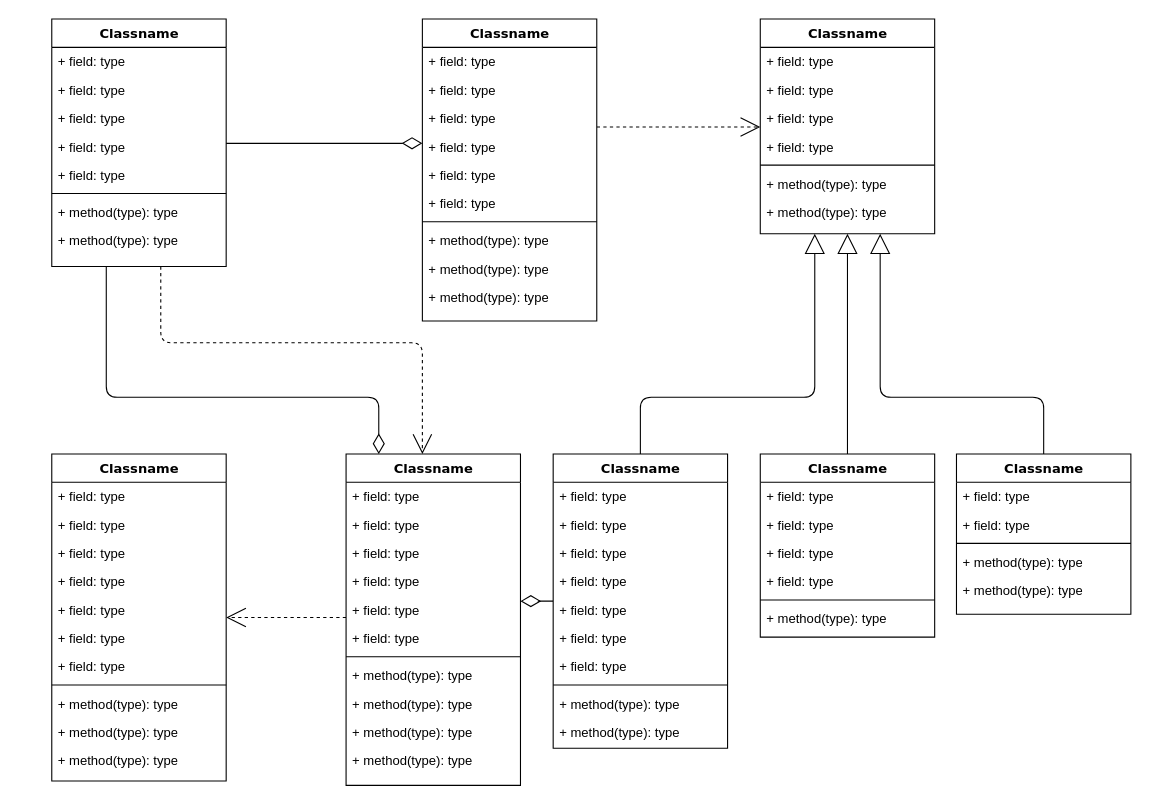
Above: Bio4CompSimpy Chart.drawio in ItamarDayan/Bio4CompSimpy (draw.io), before the change. Source tidied: cells renumbered, new cells numbered last; positions are measured from the earlier drawing's top-left corner, leaving out a move shared by most shapes. Both pictures are drawn from the tidied source at 109%, with x=0, y=0 at pixel (51, 19).
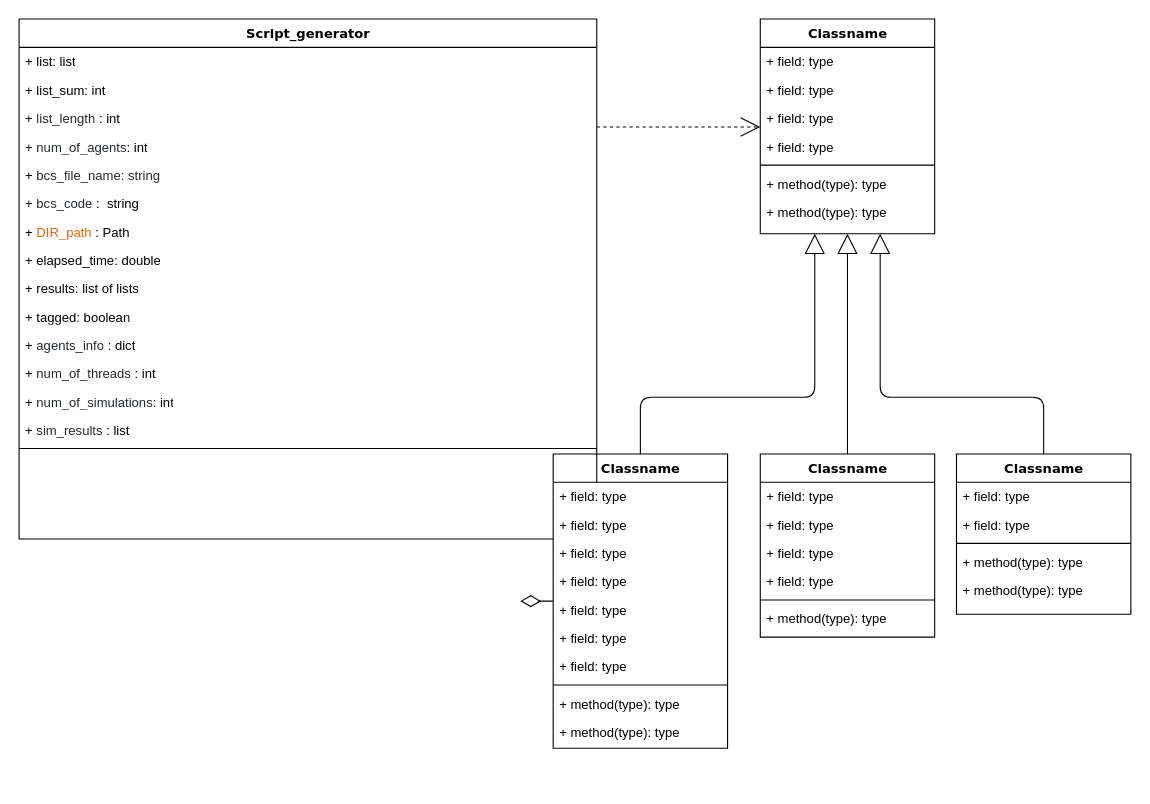
The same page after the edit.

Unchanged cells that the change refers to:
```xml
<mxCell id="60" value="Classname" style="swimlane;html=1;fontStyle=1;align=center;verticalAlign=top;horizontal=1;startSize=26;swimlaneFillColor=#ffffff;rounded=0;shadow=0;comic=0;labelBackgroundColor=none;strokeWidth=1;fillColor=none;fontFamily=Verdana;fontSize=12;" parent="1" vertex="1">
  <mxGeometry x="460" y="399" width="160" height="270" as="geometry" />
</mxCell>
```

The edit, as a diff of the source:
```diff
@@
-    <mxCell id="2" style="edgeStyle=orthogonalEdgeStyle;html=1;labelBackgroundColor=none;startFill=0;startSize=8;endArrow=open;endFill=0;endSize=16;fontFamily=Verdana;fontSize=12;dashed=1;" parent="1" edge="1" source="4" target="47">
-      <mxGeometry relative="1" as="geometry">
-        <Array as="points">
-          <mxPoint x="100" y="297" />
-          <mxPoint x="340" y="297" />
-        </Array>
-      </mxGeometry>
-    </mxCell>
-    <mxCell id="3" style="edgeStyle=orthogonalEdgeStyle;html=1;labelBackgroundColor=none;startFill=0;startSize=8;endArrow=diamondThin;endFill=0;endSize=16;fontFamily=Verdana;fontSize=12;" parent="1" edge="1" source="4" target="47">
-      <mxGeometry relative="1" as="geometry">
-        <Array as="points">
-          <mxPoint x="50" y="347" />
-          <mxPoint x="300" y="347" />
-        </Array>
-      </mxGeometry>
-    </mxCell>
-    <mxCell id="4" value="Classname" style="swimlane;html=1;fontStyle=1;align=center;verticalAlign=top;horizontal=1;startSize=26;swimlaneFillColor=#ffffff;rounded=0;shadow=0;comic=0;labelBackgroundColor=none;strokeWidth=1;fillColor=none;fontFamily=Verdana;fontSize=12;" parent="1" vertex="1">
-      <mxGeometry width="160" height="227" as="geometry" />
-    </mxCell>
-    <mxCell id="5" value="+ field: type" style="text;html=1;strokeColor=none;fillColor=none;align=left;verticalAlign=top;spacingLeft=4;spacingRight=4;whiteSpace=wrap;overflow=hidden;" parent="4" vertex="1">
-      <mxGeometry y="26" width="160" height="26" as="geometry" />
-    </mxCell>
-    <mxCell id="6" value="+ field: type" style="text;html=1;strokeColor=none;fillColor=none;align=left;verticalAlign=top;spacingLeft=4;spacingRight=4;whiteSpace=wrap;overflow=hidden;" parent="4" vertex="1">
-      <mxGeometry y="52" width="160" height="26" as="geometry" />
-    </mxCell>
-    <mxCell id="7" value="+ field: type" style="text;html=1;strokeColor=none;fillColor=none;align=left;verticalAlign=top;spacingLeft=4;spacingRight=4;whiteSpace=wrap;overflow=hidden;" parent="4" vertex="1">
-      <mxGeometry y="78" width="160" height="26" as="geometry" />
-    </mxCell>
-    <mxCell id="8" value="+ field: type" style="text;html=1;strokeColor=none;fillColor=none;align=left;verticalAlign=top;spacingLeft=4;spacingRight=4;whiteSpace=wrap;overflow=hidden;" parent="4" vertex="1">
-      <mxGeometry y="104" width="160" height="26" as="geometry" />
-    </mxCell>
-    <mxCell id="9" value="+ field: type" style="text;html=1;strokeColor=none;fillColor=none;align=left;verticalAlign=top;spacingLeft=4;spacingRight=4;whiteSpace=wrap;overflow=hidden;" parent="4" vertex="1">
-      <mxGeometry y="130" width="160" height="26" as="geometry" />
-    </mxCell>
-    <mxCell id="10" style="line;html=1;strokeWidth=1;fillColor=none;align=left;verticalAlign=middle;spacingTop=-1;spacingLeft=3;spacingRight=3;labelPosition=right;" parent="4" vertex="1">
-      <mxGeometry y="156" width="160" height="8" as="geometry" />
-    </mxCell>
-    <mxCell id="11" value="+ method(type): type" style="text;html=1;strokeColor=none;fillColor=none;align=left;verticalAlign=top;spacingLeft=4;spacingRight=4;whiteSpace=wrap;overflow=hidden;" parent="4" vertex="1">
-      <mxGeometry y="164" width="160" height="26" as="geometry" />
-    </mxCell>
-    <mxCell id="12" value="+ method(type): type" style="text;html=1;strokeColor=none;fillColor=none;align=left;verticalAlign=top;spacingLeft=4;spacingRight=4;whiteSpace=wrap;overflow=hidden;" parent="4" vertex="1">
-      <mxGeometry y="190" width="160" height="26" as="geometry" />
-    </mxCell>
@@
-    <mxCell id="14" value="Classname" style="swimlane;html=1;fontStyle=1;align=center;verticalAlign=top;horizontal=1;startSize=26;swimlaneFillColor=#ffffff;rounded=0;shadow=0;comic=0;labelBackgroundColor=none;strokeWidth=1;fillColor=none;fontFamily=Verdana;fontSize=12;" parent="1" vertex="1">
-      <mxGeometry x="340" width="160" height="277" as="geometry" />
+    <mxCell id="14" value="Script_generator" style="swimlane;html=1;fontStyle=1;align=center;verticalAlign=top;horizontal=1;startSize=26;swimlaneFillColor=#ffffff;rounded=0;shadow=0;comic=0;labelBackgroundColor=none;strokeWidth=1;fillColor=none;fontFamily=Verdana;fontSize=12;" parent="1" vertex="1">
+      <mxGeometry x="-30" width="530" height="477" as="geometry" />
     </mxCell>
-    <mxCell id="15" value="+ field: type" style="text;html=1;strokeColor=none;fillColor=none;align=left;verticalAlign=top;spacingLeft=4;spacingRight=4;whiteSpace=wrap;overflow=hidden;" parent="14" vertex="1">
-      <mxGeometry y="26" width="160" height="26" as="geometry" />
+    <mxCell id="15" value="+ list: list" style="text;html=1;strokeColor=none;fillColor=none;align=left;verticalAlign=top;spacingLeft=4;spacingRight=4;whiteSpace=wrap;overflow=hidden;" parent="14" vertex="1">
+      <mxGeometry y="26" width="530" height="26" as="geometry" />
     </mxCell>
-    <mxCell id="16" value="+ field: type" style="text;html=1;strokeColor=none;fillColor=none;align=left;verticalAlign=top;spacingLeft=4;spacingRight=4;whiteSpace=wrap;overflow=hidden;" parent="14" vertex="1">
-      <mxGeometry y="52" width="160" height="26" as="geometry" />
+    <mxCell id="16" value="+ list_sum: int" style="text;html=1;strokeColor=none;fillColor=none;align=left;verticalAlign=top;spacingLeft=4;spacingRight=4;whiteSpace=wrap;overflow=hidden;" parent="14" vertex="1">
+      <mxGeometry y="52" width="530" height="26" as="geometry" />
     </mxCell>
-    <mxCell id="17" value="+ field: type" style="text;html=1;strokeColor=none;fillColor=none;align=left;verticalAlign=top;spacingLeft=4;spacingRight=4;whiteSpace=wrap;overflow=hidden;" parent="14" vertex="1">
-      <mxGeometry y="78" width="160" height="26" as="geometry" />
+    <mxCell id="17" value="+&amp;nbsp;&lt;span class=&quot;pl-s1&quot; style=&quot;box-sizing: border-box ; color: rgb(36 , 41 , 46) ; font-family: , &amp;#34;consolas&amp;#34; , &amp;#34;liberation mono&amp;#34; , &amp;#34;menlo&amp;#34; , monospace ; background-color: rgb(255 , 255 , 255)&quot;&gt;list_length&lt;/span&gt;&lt;span style=&quot;color: rgb(36 , 41 , 46) ; font-family: , &amp;#34;consolas&amp;#34; , &amp;#34;liberation mono&amp;#34; , &amp;#34;menlo&amp;#34; , monospace ; background-color: rgb(255 , 255 , 255)&quot;&gt; &lt;/span&gt;: int" style="text;html=1;strokeColor=none;fillColor=none;align=left;verticalAlign=top;spacingLeft=4;spacingRight=4;whiteSpace=wrap;overflow=hidden;" parent="14" vertex="1">
+      <mxGeometry y="78" width="530" height="26" as="geometry" />
     </mxCell>
-    <mxCell id="18" value="+ field: type" style="text;html=1;strokeColor=none;fillColor=none;align=left;verticalAlign=top;spacingLeft=4;spacingRight=4;whiteSpace=wrap;overflow=hidden;" parent="14" vertex="1">
-      <mxGeometry y="104" width="160" height="26" as="geometry" />
+    <mxCell id="18" value="+&amp;nbsp;&lt;span style=&quot;color: rgb(36 , 41 , 46) ; font-family: , &amp;#34;consolas&amp;#34; , &amp;#34;liberation mono&amp;#34; , &amp;#34;menlo&amp;#34; , monospace ; background-color: rgb(255 , 255 , 255)&quot;&gt;num_of_agents&lt;/span&gt;: int" style="text;html=1;strokeColor=none;fillColor=none;align=left;verticalAlign=top;spacingLeft=4;spacingRight=4;whiteSpace=wrap;overflow=hidden;" parent="14" vertex="1">
+      <mxGeometry y="104" width="530" height="26" as="geometry" />
     </mxCell>
-    <mxCell id="19" value="+ field: type" style="text;html=1;strokeColor=none;fillColor=none;align=left;verticalAlign=top;spacingLeft=4;spacingRight=4;whiteSpace=wrap;overflow=hidden;" parent="14" vertex="1">
-      <mxGeometry y="130" width="160" height="26" as="geometry" />
+    <mxCell id="19" value="+&amp;nbsp;&lt;span style=&quot;color: rgb(36 , 41 , 46) ; font-family: , &amp;#34;consolas&amp;#34; , &amp;#34;liberation mono&amp;#34; , &amp;#34;menlo&amp;#34; , monospace ; background-color: rgb(255 , 255 , 255)&quot;&gt;bcs_file_name: string&lt;/span&gt;" style="text;html=1;strokeColor=none;fillColor=none;align=left;verticalAlign=top;spacingLeft=4;spacingRight=4;whiteSpace=wrap;overflow=hidden;" parent="14" vertex="1">
+      <mxGeometry y="130" width="530" height="26" as="geometry" />
     </mxCell>
-    <mxCell id="20" value="+ field: type" style="text;html=1;strokeColor=none;fillColor=none;align=left;verticalAlign=top;spacingLeft=4;spacingRight=4;whiteSpace=wrap;overflow=hidden;" parent="14" vertex="1">
-      <mxGeometry y="156" width="160" height="26" as="geometry" />
+    <mxCell id="20" value="+&amp;nbsp;&lt;span class=&quot;pl-s1&quot; style=&quot;box-sizing: border-box ; color: rgb(36 , 41 , 46) ; font-family: , &amp;#34;consolas&amp;#34; , &amp;#34;liberation mono&amp;#34; , &amp;#34;menlo&amp;#34; , monospace ; background-color: rgb(255 , 255 , 255)&quot;&gt;bcs_code&lt;/span&gt;&lt;span style=&quot;color: rgb(36 , 41 , 46) ; font-family: , &amp;#34;consolas&amp;#34; , &amp;#34;liberation mono&amp;#34; , &amp;#34;menlo&amp;#34; , monospace ; background-color: rgb(255 , 255 , 255)&quot;&gt; &lt;/span&gt;:&amp;nbsp; string" style="text;html=1;strokeColor=none;fillColor=none;align=left;verticalAlign=top;spacingLeft=4;spacingRight=4;whiteSpace=wrap;overflow=hidden;" parent="14" vertex="1">
+      <mxGeometry y="156" width="530" height="26" as="geometry" />
     </mxCell>
-    <mxCell id="21" style="line;html=1;strokeWidth=1;fillColor=none;align=left;verticalAlign=middle;spacingTop=-1;spacingLeft=3;spacingRight=3;labelPosition=right;" parent="14" vertex="1">
-      <mxGeometry y="182" width="160" height="8" as="geometry" />
-    </mxCell>
-    <mxCell id="22" value="+ method(type): type" style="text;html=1;strokeColor=none;fillColor=none;align=left;verticalAlign=top;spacingLeft=4;spacingRight=4;whiteSpace=wrap;overflow=hidden;" parent="14" vertex="1">
-      <mxGeometry y="190" width="160" height="26" as="geometry" />
+    <mxCell id="22" value="+&amp;nbsp;&lt;span class=&quot;pl-v&quot; style=&quot;box-sizing: border-box ; color: rgb(227 , 98 , 9) ; font-family: , &amp;#34;consolas&amp;#34; , &amp;#34;liberation mono&amp;#34; , &amp;#34;menlo&amp;#34; , monospace ; background-color: rgb(255 , 255 , 255)&quot;&gt;DIR_path&lt;/span&gt;&lt;span style=&quot;color: rgb(36 , 41 , 46) ; font-family: , &amp;#34;consolas&amp;#34; , &amp;#34;liberation mono&amp;#34; , &amp;#34;menlo&amp;#34; , monospace ; background-color: rgb(255 , 255 , 255)&quot;&gt; &lt;/span&gt;: Path" style="text;html=1;strokeColor=none;fillColor=none;align=left;verticalAlign=top;spacingLeft=4;spacingRight=4;whiteSpace=wrap;overflow=hidden;" parent="14" vertex="1">
+      <mxGeometry y="182" width="530" height="26" as="geometry" />
     </mxCell>
-    <mxCell id="23" value="+ method(type): type" style="text;html=1;strokeColor=none;fillColor=none;align=left;verticalAlign=top;spacingLeft=4;spacingRight=4;whiteSpace=wrap;overflow=hidden;" parent="14" vertex="1">
-      <mxGeometry y="216" width="160" height="26" as="geometry" />
+    <mxCell id="23" value="+ elapsed_time: double" style="text;html=1;strokeColor=none;fillColor=none;align=left;verticalAlign=top;spacingLeft=4;spacingRight=4;whiteSpace=wrap;overflow=hidden;" parent="14" vertex="1">
+      <mxGeometry y="208" width="530" height="26" as="geometry" />
     </mxCell>
-    <mxCell id="24" value="+ method(type): type" style="text;html=1;strokeColor=none;fillColor=none;align=left;verticalAlign=top;spacingLeft=4;spacingRight=4;whiteSpace=wrap;overflow=hidden;" parent="14" vertex="1">
-      <mxGeometry y="242" width="160" height="26" as="geometry" />
+    <mxCell id="24" value="+ results: list of lists" style="text;html=1;strokeColor=none;fillColor=none;align=left;verticalAlign=top;spacingLeft=4;spacingRight=4;whiteSpace=wrap;overflow=hidden;" parent="14" vertex="1">
+      <mxGeometry y="234" width="530" height="26" as="geometry" />
     </mxCell>
+    <mxCell id="87" value="+ tagged: boolean" style="text;html=1;strokeColor=none;fillColor=none;align=left;verticalAlign=top;spacingLeft=4;spacingRight=4;whiteSpace=wrap;overflow=hidden;" parent="14" vertex="1">
+      <mxGeometry y="260" width="530" height="26" as="geometry" />
+    </mxCell>
+    <mxCell id="88" value="+&amp;nbsp;&lt;span class=&quot;pl-s1&quot; style=&quot;box-sizing: border-box ; color: rgb(36 , 41 , 46) ; font-family: , &amp;#34;consolas&amp;#34; , &amp;#34;liberation mono&amp;#34; , &amp;#34;menlo&amp;#34; , monospace ; background-color: rgb(255 , 255 , 255)&quot;&gt;agents_info&lt;/span&gt;&lt;span style=&quot;color: rgb(36 , 41 , 46) ; font-family: , &amp;#34;consolas&amp;#34; , &amp;#34;liberation mono&amp;#34; , &amp;#34;menlo&amp;#34; , monospace ; background-color: rgb(255 , 255 , 255)&quot;&gt; &lt;/span&gt;: dict" style="text;html=1;strokeColor=none;fillColor=none;align=left;verticalAlign=top;spacingLeft=4;spacingRight=4;whiteSpace=wrap;overflow=hidden;" parent="14" vertex="1">
+      <mxGeometry y="286" width="530" height="26" as="geometry" />
+    </mxCell>
+    <mxCell id="89" value="+&amp;nbsp;&lt;span class=&quot;pl-s1&quot; style=&quot;box-sizing: border-box ; color: rgb(36 , 41 , 46) ; font-family: , &amp;#34;consolas&amp;#34; , &amp;#34;liberation mono&amp;#34; , &amp;#34;menlo&amp;#34; , monospace ; background-color: rgb(255 , 255 , 255)&quot;&gt;num_of_threads&lt;/span&gt;&lt;span style=&quot;color: rgb(36 , 41 , 46) ; font-family: , &amp;#34;consolas&amp;#34; , &amp;#34;liberation mono&amp;#34; , &amp;#34;menlo&amp;#34; , monospace ; background-color: rgb(255 , 255 , 255)&quot;&gt; &lt;/span&gt;: int" style="text;html=1;strokeColor=none;fillColor=none;align=left;verticalAlign=top;spacingLeft=4;spacingRight=4;whiteSpace=wrap;overflow=hidden;" parent="14" vertex="1">
+      <mxGeometry y="312" width="530" height="26" as="geometry" />
+    </mxCell>
+    <mxCell id="90" value="+&amp;nbsp;&lt;span style=&quot;color: rgb(36 , 41 , 46) ; font-family: , &amp;#34;consolas&amp;#34; , &amp;#34;liberation mono&amp;#34; , &amp;#34;menlo&amp;#34; , monospace ; background-color: rgb(255 , 255 , 255)&quot;&gt;num_of_simulations&lt;/span&gt;: int" style="text;html=1;strokeColor=none;fillColor=none;align=left;verticalAlign=top;spacingLeft=4;spacingRight=4;whiteSpace=wrap;overflow=hidden;" parent="14" vertex="1">
+      <mxGeometry y="338" width="530" height="26" as="geometry" />
+    </mxCell>
+    <mxCell id="91" value="+&amp;nbsp;&lt;span class=&quot;pl-s1&quot; style=&quot;box-sizing: border-box ; color: rgb(36 , 41 , 46) ; font-family: , &amp;#34;consolas&amp;#34; , &amp;#34;liberation mono&amp;#34; , &amp;#34;menlo&amp;#34; , monospace ; background-color: rgb(255 , 255 , 255)&quot;&gt;sim_results&lt;/span&gt;&lt;span style=&quot;color: rgb(36 , 41 , 46) ; font-family: , &amp;#34;consolas&amp;#34; , &amp;#34;liberation mono&amp;#34; , &amp;#34;menlo&amp;#34; , monospace ; background-color: rgb(255 , 255 , 255)&quot;&gt; &lt;/span&gt;: list" style="text;html=1;strokeColor=none;fillColor=none;align=left;verticalAlign=top;spacingLeft=4;spacingRight=4;whiteSpace=wrap;overflow=hidden;" parent="14" vertex="1">
+      <mxGeometry y="364" width="530" height="26" as="geometry" />
+    </mxCell>
+    <mxCell id="21" style="line;html=1;strokeWidth=1;fillColor=none;align=left;verticalAlign=middle;spacingTop=-1;spacingLeft=3;spacingRight=3;labelPosition=right;" parent="14" vertex="1">
+      <mxGeometry y="390" width="530" height="8" as="geometry" />
+    </mxCell>
@@
-    <mxCell id="33" style="edgeStyle=elbowEdgeStyle;html=1;labelBackgroundColor=none;startFill=0;startSize=8;endArrow=open;endFill=0;endSize=16;fontFamily=Verdana;fontSize=12;elbow=vertical;dashed=1;" parent="1" edge="1" source="47" target="34">
-      <mxGeometry relative="1" as="geometry" />
-    </mxCell>
-    <mxCell id="34" value="Classname" style="swimlane;html=1;fontStyle=1;align=center;verticalAlign=top;horizontal=1;startSize=26;swimlaneFillColor=#ffffff;rounded=0;shadow=0;comic=0;labelBackgroundColor=none;strokeWidth=1;fillColor=none;fontFamily=Verdana;fontSize=12;" parent="1" vertex="1">
-      <mxGeometry y="399" width="160" height="300" as="geometry" />
-    </mxCell>
-    <mxCell id="35" value="+ field: type" style="text;html=1;strokeColor=none;fillColor=none;align=left;verticalAlign=top;spacingLeft=4;spacingRight=4;whiteSpace=wrap;overflow=hidden;" parent="34" vertex="1">
-      <mxGeometry y="26" width="160" height="26" as="geometry" />
-    </mxCell>
-    <mxCell id="36" value="+ field: type" style="text;html=1;strokeColor=none;fillColor=none;align=left;verticalAlign=top;spacingLeft=4;spacingRight=4;whiteSpace=wrap;overflow=hidden;" parent="34" vertex="1">
-      <mxGeometry y="52" width="160" height="26" as="geometry" />
-    </mxCell>
-    <mxCell id="37" value="+ field: type" style="text;html=1;strokeColor=none;fillColor=none;align=left;verticalAlign=top;spacingLeft=4;spacingRight=4;whiteSpace=wrap;overflow=hidden;" parent="34" vertex="1">
-      <mxGeometry y="78" width="160" height="26" as="geometry" />
-    </mxCell>
-    <mxCell id="38" value="+ field: type" style="text;html=1;strokeColor=none;fillColor=none;align=left;verticalAlign=top;spacingLeft=4;spacingRight=4;whiteSpace=wrap;overflow=hidden;" parent="34" vertex="1">
-      <mxGeometry y="104" width="160" height="26" as="geometry" />
-    </mxCell>
-    <mxCell id="39" value="+ field: type" style="text;html=1;strokeColor=none;fillColor=none;align=left;verticalAlign=top;spacingLeft=4;spacingRight=4;whiteSpace=wrap;overflow=hidden;" parent="34" vertex="1">
-      <mxGeometry y="130" width="160" height="26" as="geometry" />
-    </mxCell>
-    <mxCell id="40" value="+ field: type" style="text;html=1;strokeColor=none;fillColor=none;align=left;verticalAlign=top;spacingLeft=4;spacingRight=4;whiteSpace=wrap;overflow=hidden;" parent="34" vertex="1">
-      <mxGeometry y="156" width="160" height="26" as="geometry" />
-    </mxCell>
-    <mxCell id="41" value="+ field: type" style="text;html=1;strokeColor=none;fillColor=none;align=left;verticalAlign=top;spacingLeft=4;spacingRight=4;whiteSpace=wrap;overflow=hidden;" parent="34" vertex="1">
-      <mxGeometry y="182" width="160" height="26" as="geometry" />
-    </mxCell>
-    <mxCell id="42" style="line;html=1;strokeWidth=1;fillColor=none;align=left;verticalAlign=middle;spacingTop=-1;spacingLeft=3;spacingRight=3;labelPosition=right;" parent="34" vertex="1">
-      <mxGeometry y="208" width="160" height="8" as="geometry" />
-    </mxCell>
-    <mxCell id="43" value="+ method(type): type" style="text;html=1;strokeColor=none;fillColor=none;align=left;verticalAlign=top;spacingLeft=4;spacingRight=4;whiteSpace=wrap;overflow=hidden;" parent="34" vertex="1">
-      <mxGeometry y="216" width="160" height="26" as="geometry" />
-    </mxCell>
-    <mxCell id="44" value="+ method(type): type" style="text;html=1;strokeColor=none;fillColor=none;align=left;verticalAlign=top;spacingLeft=4;spacingRight=4;whiteSpace=wrap;overflow=hidden;" parent="34" vertex="1">
-      <mxGeometry y="242" width="160" height="26" as="geometry" />
-    </mxCell>
-    <mxCell id="45" value="+ method(type): type" style="text;html=1;strokeColor=none;fillColor=none;align=left;verticalAlign=top;spacingLeft=4;spacingRight=4;whiteSpace=wrap;overflow=hidden;" parent="34" vertex="1">
-      <mxGeometry y="268" width="160" height="26" as="geometry" />
-    </mxCell>
-    <mxCell id="46" style="edgeStyle=elbowEdgeStyle;html=1;labelBackgroundColor=none;startFill=0;startSize=8;endArrow=diamondThin;endFill=0;endSize=16;fontFamily=Verdana;fontSize=12;elbow=vertical;" parent="1" edge="1" source="60" target="47">
-      <mxGeometry relative="1" as="geometry" />
+    <mxCell id="46" style="edgeStyle=elbowEdgeStyle;html=1;labelBackgroundColor=none;startFill=0;startSize=8;endArrow=diamondThin;endFill=0;endSize=16;fontFamily=Verdana;fontSize=12;elbow=vertical;" parent="1" edge="1" source="60">
+      <mxGeometry relative="1" as="geometry">
+        <mxPoint x="430" y="534" as="targetPoint" />
+      </mxGeometry>
     </mxCell>
-    <mxCell id="47" value="Classname" style="swimlane;html=1;fontStyle=1;align=center;verticalAlign=top;horizontal=1;startSize=26;swimlaneFillColor=#ffffff;rounded=0;shadow=0;comic=0;labelBackgroundColor=none;strokeWidth=1;fillColor=none;fontFamily=Verdana;fontSize=12;" parent="1" vertex="1">
-      <mxGeometry x="270" y="399" width="160" height="304" as="geometry" />
-    </mxCell>
-    <mxCell id="48" value="+ field: type" style="text;html=1;strokeColor=none;fillColor=none;align=left;verticalAlign=top;spacingLeft=4;spacingRight=4;whiteSpace=wrap;overflow=hidden;" parent="47" vertex="1">
-      <mxGeometry y="26" width="160" height="26" as="geometry" />
-    </mxCell>
-    <mxCell id="49" value="+ field: type" style="text;html=1;strokeColor=none;fillColor=none;align=left;verticalAlign=top;spacingLeft=4;spacingRight=4;whiteSpace=wrap;overflow=hidden;" parent="47" vertex="1">
-      <mxGeometry y="52" width="160" height="26" as="geometry" />
-    </mxCell>
-    <mxCell id="50" value="+ field: type" style="text;html=1;strokeColor=none;fillColor=none;align=left;verticalAlign=top;spacingLeft=4;spacingRight=4;whiteSpace=wrap;overflow=hidden;" parent="47" vertex="1">
-      <mxGeometry y="78" width="160" height="26" as="geometry" />
-    </mxCell>
-    <mxCell id="51" value="+ field: type" style="text;html=1;strokeColor=none;fillColor=none;align=left;verticalAlign=top;spacingLeft=4;spacingRight=4;whiteSpace=wrap;overflow=hidden;" parent="47" vertex="1">
-      <mxGeometry y="104" width="160" height="26" as="geometry" />
-    </mxCell>
-    <mxCell id="52" value="+ field: type" style="text;html=1;strokeColor=none;fillColor=none;align=left;verticalAlign=top;spacingLeft=4;spacingRight=4;whiteSpace=wrap;overflow=hidden;" parent="47" vertex="1">
-      <mxGeometry y="130" width="160" height="26" as="geometry" />
-    </mxCell>
-    <mxCell id="53" value="+ field: type" style="text;html=1;strokeColor=none;fillColor=none;align=left;verticalAlign=top;spacingLeft=4;spacingRight=4;whiteSpace=wrap;overflow=hidden;" parent="47" vertex="1">
-      <mxGeometry y="156" width="160" height="26" as="geometry" />
-    </mxCell>
-    <mxCell id="54" style="line;html=1;strokeWidth=1;fillColor=none;align=left;verticalAlign=middle;spacingTop=-1;spacingLeft=3;spacingRight=3;labelPosition=right;" parent="47" vertex="1">
-      <mxGeometry y="182" width="160" height="8" as="geometry" />
-    </mxCell>
-    <mxCell id="55" value="+ method(type): type" style="text;html=1;strokeColor=none;fillColor=none;align=left;verticalAlign=top;spacingLeft=4;spacingRight=4;whiteSpace=wrap;overflow=hidden;" parent="47" vertex="1">
-      <mxGeometry y="190" width="160" height="26" as="geometry" />
-    </mxCell>
-    <mxCell id="56" value="+ method(type): type" style="text;html=1;strokeColor=none;fillColor=none;align=left;verticalAlign=top;spacingLeft=4;spacingRight=4;whiteSpace=wrap;overflow=hidden;" parent="47" vertex="1">
-      <mxGeometry y="216" width="160" height="26" as="geometry" />
-    </mxCell>
-    <mxCell id="57" value="+ method(type): type" style="text;html=1;strokeColor=none;fillColor=none;align=left;verticalAlign=top;spacingLeft=4;spacingRight=4;whiteSpace=wrap;overflow=hidden;" parent="47" vertex="1">
-      <mxGeometry y="242" width="160" height="26" as="geometry" />
-    </mxCell>
-    <mxCell id="58" value="+ method(type): type" style="text;html=1;strokeColor=none;fillColor=none;align=left;verticalAlign=top;spacingLeft=4;spacingRight=4;whiteSpace=wrap;overflow=hidden;" parent="47" vertex="1">
-      <mxGeometry y="268" width="160" height="26" as="geometry" />
-    </mxCell>
@@
-    <mxCell id="86" style="edgeStyle=elbowEdgeStyle;html=1;labelBackgroundColor=none;startFill=0;startSize=8;endArrow=diamondThin;endFill=0;endSize=16;fontFamily=Verdana;fontSize=12;elbow=vertical;" parent="1" edge="1" source="4" target="14">
-      <mxGeometry relative="1" as="geometry" />
-    </mxCell>
```
